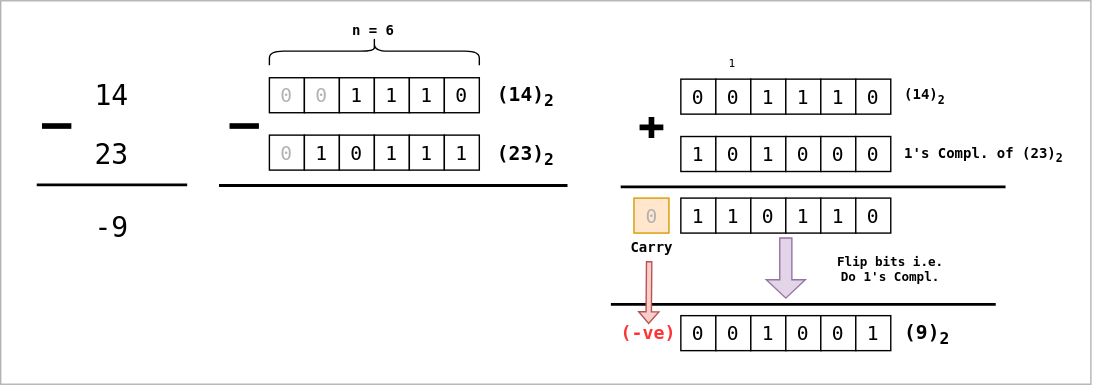
Earlier version of the draw.io export public/diagrams/subtraction-one-complement-negative.svg (datkumar/code-journal). Source tidied: cells renumbered, new cells last; positions are measured from the earlier drawing's top-left corner, leaving out a move shared by most shapes.
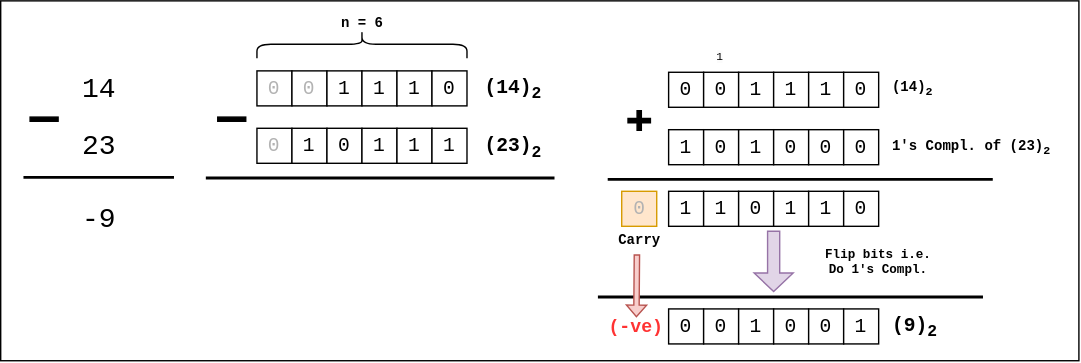
The same file after the commit.

What changed in the source:
```diff
@@ -2,8 +2,8 @@
   <root>
     <mxCell id="0" />
     <mxCell id="1" parent="0" />
-    <mxCell id="2" style="rounded=0;whiteSpace=wrap;html=1;strokeColor=light-dark(#B3B3B3,#B3B3B3);fillStyle=solid;fillColor=light-dark(#FFFFFF,#FFFFFF);fontFamily=monospace;fontColor=light-dark(#000000,#000000);" parent="1" vertex="1">
-      <mxGeometry width="779" height="274" as="geometry" />
+    <mxCell id="2" style="rounded=0;whiteSpace=wrap;html=1;strokeColor=light-dark(#000000,#000000);fillStyle=solid;fillColor=light-dark(#FFFFFF,#FFFFFF);fontFamily=monospace;fontColor=light-dark(#000000,#000000);" parent="1" vertex="1">
+      <mxGeometry x="9" y="5" width="770" height="257" as="geometry" />
     </mxCell>
     <mxCell id="3" value="0" style="whiteSpace=wrap;html=1;strokeColor=light-dark(#000000,#000000);fontFamily=monospace;fontColor=light-dark(#B3B3B3,#B3B3B3);fillStyle=solid;fillColor=light-dark(#FFFFFF,#FFFFFF);fontSize=14;" parent="1" vertex="1">
       <mxGeometry x="192" y="55" width="25" height="25" as="geometry" />
@@ -125,7 +125,7 @@
     <mxCell id="39" value="&lt;span style=&quot;font-style: normal; font-variant-ligatures: normal; font-variant-caps: normal; letter-spacing: normal; orphans: 2; text-indent: 0px; text-transform: none; widows: 2; word-spacing: 0px; -webkit-text-stroke-width: 0px; white-space: normal; text-decoration-thickness: initial; text-decoration-style: initial; text-decoration-color: initial; float: none; display: inline !important;&quot;&gt;1's Compl. of (23)&lt;sub&gt;2&lt;/sub&gt;&lt;/span&gt;" style="text;whiteSpace=wrap;html=1;align=left;verticalAlign=middle;fontFamily=monospace;labelBackgroundColor=none;fontColor=light-dark(#000000,#000000);fontSize=10;fontStyle=1;" parent="1" vertex="1">
       <mxGeometry x="644" y="97" width="119.5" height="25" as="geometry" />
     </mxCell>
-    <mxCell id="40" style="shape=cross;whiteSpace=wrap;html=1;size=0.2178509424603265;fillStyle=solid;fillColor=light-dark(#000000,#000000);" parent="1" vertex="1">
+    <mxCell id="40" style="shape=cross;whiteSpace=wrap;html=1;size=0.2178509424603265;fillStyle=solid;fillColor=light-dark(#000000,#000000);fontFamily=monospace;" parent="1" vertex="1">
       <mxGeometry x="457" y="83.5" width="16" height="14" as="geometry" />
     </mxCell>
     <mxCell id="41" value="&lt;span style=&quot;color: rgb(0, 0, 0);&quot;&gt;1&lt;/span&gt;" style="whiteSpace=wrap;html=1;strokeColor=light-dark(#000000,#000000);fontFamily=monospace;fontColor=light-dark(#B3B3B3,#B3B3B3);fillStyle=solid;fillColor=light-dark(#FFFFFF,#FFFFFF);fontSize=14;" parent="1" vertex="1">
@@ -146,7 +146,7 @@
     <mxCell id="46" value="0" style="whiteSpace=wrap;html=1;strokeColor=light-dark(#000000,#000000);fontFamily=monospace;fontColor=light-dark(#000000,#000000);fillStyle=solid;fillColor=light-dark(#FFFFFF,#FFFFFF);fontSize=14;" parent="1" vertex="1">
       <mxGeometry x="611" y="141" width="25" height="25" as="geometry" />
     </mxCell>
-    <mxCell id="47" value="&lt;span style=&quot;color: rgb(0, 0, 0); font-family: &amp;quot;monospace&amp;quot;; font-style: normal; font-variant-ligatures: normal; font-variant-caps: normal; font-weight: 400; letter-spacing: normal; orphans: 2; text-indent: 0px; text-transform: none; widows: 2; word-spacing: 0px; -webkit-text-stroke-width: 0px; white-space: normal; background-color: rgb(251, 251, 251); text-decoration-thickness: initial; text-decoration-style: initial; text-decoration-color: initial; float: none; display: inline !important;&quot;&gt;1&lt;/span&gt;" style="text;whiteSpace=wrap;html=1;fontSize=8;verticalAlign=middle;align=center;" parent="1" vertex="1">
+    <mxCell id="47" value="&lt;span style=&quot;color: rgb(0, 0, 0); font-style: normal; font-variant-ligatures: normal; font-variant-caps: normal; font-weight: 400; letter-spacing: normal; orphans: 2; text-indent: 0px; text-transform: none; widows: 2; word-spacing: 0px; -webkit-text-stroke-width: 0px; white-space: normal; background-color: rgb(251, 251, 251); text-decoration-thickness: initial; text-decoration-style: initial; text-decoration-color: initial; float: none; display: inline !important;&quot;&gt;1&lt;/span&gt;" style="text;whiteSpace=wrap;html=1;fontSize=8;verticalAlign=middle;align=center;fontFamily=monospace;" parent="1" vertex="1">
       <mxGeometry x="514.4" y="37" width="18.3" height="15.4" as="geometry" />
     </mxCell>
     <mxCell id="48" value="&lt;span style=&quot;color: rgb(179, 179, 179);&quot;&gt;0&lt;/span&gt;" style="whiteSpace=wrap;html=1;strokeColor=#d79b00;fontFamily=monospace;fillStyle=solid;fillColor=#ffe6cc;fontSize=14;" parent="1" vertex="1">
@@ -182,7 +182,7 @@
     <mxCell id="57" value="1" style="whiteSpace=wrap;html=1;strokeColor=light-dark(#000000,#000000);fontFamily=monospace;fontColor=light-dark(#000000,#000000);fillStyle=solid;fillColor=light-dark(#FFFFFF,#FFFFFF);fontSize=14;" parent="1" vertex="1">
       <mxGeometry x="611" y="225" width="25" height="25" as="geometry" />
     </mxCell>
-    <mxCell id="58" style="shape=flexArrow;endArrow=classic;html=1;rounded=0;width=8.666666666666666;endSize=4.0633333333333335;endWidth=18.23717948717949;fillColor=#e1d5e7;strokeColor=#9673a6;" parent="1" edge="1">
+    <mxCell id="58" style="shape=flexArrow;endArrow=classic;html=1;rounded=0;width=8.666666666666666;endSize=4.0633333333333335;endWidth=18.23717948717949;fillColor=#e1d5e7;strokeColor=#9673a6;fontFamily=monospace;" parent="1" edge="1">
       <mxGeometry relative="1" as="geometry">
         <mxPoint x="561" y="169" as="sourcePoint" />
         <mxPoint x="561" y="213" as="targetPoint" />
@@ -191,13 +191,13 @@
     <mxCell id="59" value="Flip bits i.e.&lt;div&gt;Do 1's Compl.&lt;/div&gt;" style="text;whiteSpace=wrap;html=1;align=center;verticalAlign=middle;fontFamily=monospace;labelBackgroundColor=none;fontColor=light-dark(#000000,#000000);fontSize=9;fontStyle=1;" parent="1" vertex="1">
       <mxGeometry x="586" y="182" width="100" height="20" as="geometry" />
     </mxCell>
-    <mxCell id="60" value="&lt;span style=&quot;font-family: &amp;quot;monospace&amp;quot;; font-style: normal; font-variant-ligatures: normal; font-variant-caps: normal; font-weight: 700; letter-spacing: normal; orphans: 2; text-indent: 0px; text-transform: none; widows: 2; word-spacing: 0px; -webkit-text-stroke-width: 0px; white-space: normal; text-decoration-thickness: initial; text-decoration-style: initial; text-decoration-color: initial; float: none; display: inline !important;&quot;&gt;(-ve)&lt;/span&gt;" style="text;whiteSpace=wrap;html=1;labelBackgroundColor=none;align=center;verticalAlign=middle;fontColor=light-dark(#FF3333,#FF3333);fontSize=13;" parent="1" vertex="1">
+    <mxCell id="60" value="&lt;span style=&quot;font-style: normal; font-variant-ligatures: normal; font-variant-caps: normal; font-weight: 700; letter-spacing: normal; orphans: 2; text-indent: 0px; text-transform: none; widows: 2; word-spacing: 0px; -webkit-text-stroke-width: 0px; white-space: normal; text-decoration-thickness: initial; text-decoration-style: initial; text-decoration-color: initial; float: none; display: inline !important;&quot;&gt;(-ve)&lt;/span&gt;" style="text;whiteSpace=wrap;html=1;labelBackgroundColor=none;align=center;verticalAlign=middle;fontColor=light-dark(#FF3333,#FF3333);fontSize=13;fontFamily=monospace;" parent="1" vertex="1">
       <mxGeometry x="437.6" y="226.5" width="49.9" height="22" as="geometry" />
     </mxCell>
     <mxCell id="61" value="&lt;span style=&quot;font-style: normal; font-variant-ligatures: normal; font-variant-caps: normal; letter-spacing: normal; orphans: 2; text-indent: 0px; text-transform: none; widows: 2; word-spacing: 0px; -webkit-text-stroke-width: 0px; white-space: normal; text-decoration-thickness: initial; text-decoration-style: initial; text-decoration-color: initial; float: none; display: inline !important;&quot;&gt;(9)&lt;sub&gt;2&lt;/sub&gt;&lt;/span&gt;" style="text;whiteSpace=wrap;html=1;align=left;verticalAlign=middle;fontFamily=monospace;labelBackgroundColor=none;fontColor=light-dark(#000000,#000000);fontSize=14;fontStyle=1;" parent="1" vertex="1">
       <mxGeometry x="644" y="225" width="47" height="25" as="geometry" />
     </mxCell>
-    <mxCell id="62" style="shape=flexArrow;endArrow=classic;html=1;rounded=0;width=3.8095238095238093;endSize=2.4095238095238094;endWidth=9.614512471655328;fillColor=#f8cecc;strokeColor=#b85450;" parent="1" edge="1">
+    <mxCell id="62" style="shape=flexArrow;endArrow=classic;html=1;rounded=0;width=3.8095238095238093;endSize=2.4095238095238094;endWidth=9.614512471655328;fillColor=#f8cecc;strokeColor=#b85450;fontFamily=monospace;" parent="1" edge="1">
       <mxGeometry relative="1" as="geometry">
         <mxPoint x="463.4" y="186" as="sourcePoint" />
         <mxPoint x="463" y="231" as="targetPoint" />
```
